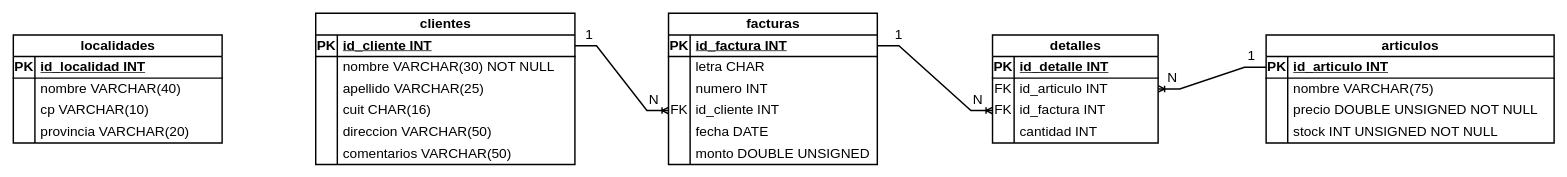
Earlier version of the draw.io diagram diagram/model-er.drawio (khalil-ali-viera-developer-java/proyecto-integrador-sql-digitalers). Source tidied: cells renumbered, new cells numbered last; positions are measured from the earlier drawing's top-left corner, leaving out a move shared by most shapes. Both pictures are drawn from the tidied source at 72%, with x=0, y=0 at pixel (13, 13).
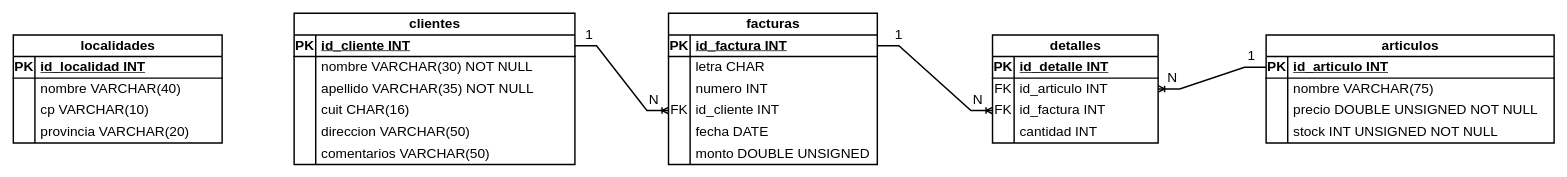
The same page after the edit.

The edit, as a diff of the source:
```diff
@@
     <mxCell id="2" value="clientes" style="shape=table;startSize=30;childLayout=tableLayout;rowLines=0;fontStyle=1;align=center;html=1;fontFamily=JetBrains Mono;fontSize=19;strokeWidth=2;" parent="1" vertex="1">
-      <mxGeometry x="420" width="360" height="210" as="geometry" />
+      <mxGeometry x="390" width="390" height="210" as="geometry" />
     </mxCell>
     <mxCell id="3" style="shape=tableRow;horizontal=0;startSize=0;swimlaneHead=0;swimlaneBody=0;fillColor=none;points=[[0,0.5],[1,0.5]];portConstraint=eastwest;top=0;left=0;right=0;bottom=1;fontFamily=JetBrains Mono;fontSize=19;strokeWidth=2;" parent="2" vertex="1">
-      <mxGeometry y="30" width="360" height="30" as="geometry" />
+      <mxGeometry y="30" width="390" height="30" as="geometry" />
     </mxCell>
@@
     <mxCell id="5" value="id_cliente INT" style="shape=partialRectangle;fillColor=none;top=0;left=0;bottom=0;right=0;align=left;spacingLeft=6;fontStyle=5;overflow=hidden;whiteSpace=wrap;html=1;fontFamily=JetBrains Mono;fontSize=19;strokeWidth=2;" parent="3" vertex="1">
-      <mxGeometry x="30" width="330" height="30" as="geometry" />
+      <mxGeometry x="30" width="360" height="30" as="geometry" />
     </mxCell>
     <mxCell id="6" style="shape=tableRow;horizontal=0;startSize=0;swimlaneHead=0;swimlaneBody=0;fillColor=none;top=0;left=0;right=0;bottom=0;fontFamily=JetBrains Mono;fontSize=19;strokeWidth=2;" parent="2" vertex="1">
-      <mxGeometry y="60" width="360" height="30" as="geometry" />
+      <mxGeometry y="60" width="390" height="30" as="geometry" />
     </mxCell>
@@
     <mxCell id="8" value="nombre VARCHAR(30) NOT NULL" style="shape=partialRectangle;fillColor=none;top=0;left=0;bottom=0;right=0;align=left;spacingLeft=6;overflow=hidden;whiteSpace=wrap;html=1;fontFamily=JetBrains Mono;fontSize=19;strokeWidth=2;" parent="6" vertex="1">
-      <mxGeometry x="30" width="330" height="30" as="geometry" />
+      <mxGeometry x="30" width="360" height="30" as="geometry" />
     </mxCell>
     <mxCell id="9" style="shape=tableRow;horizontal=0;startSize=0;swimlaneHead=0;swimlaneBody=0;fillColor=none;top=0;left=0;right=0;bottom=0;fontFamily=JetBrains Mono;fontSize=19;strokeWidth=2;" parent="2" vertex="1">
-      <mxGeometry y="90" width="360" height="30" as="geometry" />
+      <mxGeometry y="90" width="390" height="30" as="geometry" />
     </mxCell>
@@
-    <mxCell id="11" value="apellido VARCHAR(25)" style="shape=partialRectangle;fillColor=none;top=0;left=0;bottom=0;right=0;align=left;spacingLeft=6;overflow=hidden;whiteSpace=wrap;html=1;fontFamily=JetBrains Mono;fontSize=19;strokeWidth=2;" parent="9" vertex="1">
-      <mxGeometry x="30" width="330" height="30" as="geometry" />
+    <mxCell id="11" value="apellido VARCHAR(35) NOT NULL" style="shape=partialRectangle;fillColor=none;top=0;left=0;bottom=0;right=0;align=left;spacingLeft=6;overflow=hidden;whiteSpace=wrap;html=1;fontFamily=JetBrains Mono;fontSize=19;strokeWidth=2;" parent="9" vertex="1">
+      <mxGeometry x="30" width="360" height="30" as="geometry" />
     </mxCell>
     <mxCell id="12" style="shape=tableRow;horizontal=0;startSize=0;swimlaneHead=0;swimlaneBody=0;fillColor=none;top=0;left=0;right=0;bottom=0;fontFamily=JetBrains Mono;fontSize=19;strokeWidth=2;" parent="2" vertex="1">
-      <mxGeometry y="120" width="360" height="30" as="geometry" />
+      <mxGeometry y="120" width="390" height="30" as="geometry" />
     </mxCell>
@@
     <mxCell id="14" value="cuit CHAR(16)" style="shape=partialRectangle;fillColor=none;top=0;left=0;bottom=0;right=0;align=left;spacingLeft=6;overflow=hidden;whiteSpace=wrap;html=1;fontFamily=JetBrains Mono;fontSize=19;strokeWidth=2;" parent="12" vertex="1">
-      <mxGeometry x="30" width="330" height="30" as="geometry" />
+      <mxGeometry x="30" width="360" height="30" as="geometry" />
     </mxCell>
     <mxCell id="15" style="shape=tableRow;horizontal=0;startSize=0;swimlaneHead=0;swimlaneBody=0;fillColor=none;top=0;left=0;right=0;bottom=0;fontFamily=JetBrains Mono;fontSize=19;strokeWidth=2;" parent="2" vertex="1">
-      <mxGeometry y="150" width="360" height="30" as="geometry" />
+      <mxGeometry y="150" width="390" height="30" as="geometry" />
     </mxCell>
@@
     <mxCell id="17" value="direccion VARCHAR(50)" style="shape=partialRectangle;fillColor=none;top=0;left=0;bottom=0;right=0;align=left;spacingLeft=6;overflow=hidden;whiteSpace=wrap;html=1;fontFamily=JetBrains Mono;fontSize=19;strokeWidth=2;" parent="15" vertex="1">
-      <mxGeometry x="30" width="330" height="30" as="geometry" />
+      <mxGeometry x="30" width="360" height="30" as="geometry" />
     </mxCell>
     <mxCell id="18" style="shape=tableRow;horizontal=0;startSize=0;swimlaneHead=0;swimlaneBody=0;fillColor=none;top=0;left=0;right=0;bottom=0;fontFamily=JetBrains Mono;fontSize=19;strokeWidth=2;" parent="2" vertex="1">
-      <mxGeometry y="180" width="360" height="30" as="geometry" />
+      <mxGeometry y="180" width="390" height="30" as="geometry" />
     </mxCell>
@@
     <mxCell id="20" value="comentarios VARCHAR(50)" style="shape=partialRectangle;fillColor=none;top=0;left=0;bottom=0;right=0;align=left;spacingLeft=6;overflow=hidden;whiteSpace=wrap;html=1;fontFamily=JetBrains Mono;fontSize=19;strokeWidth=2;" parent="18" vertex="1">
-      <mxGeometry x="30" width="330" height="30" as="geometry" />
+      <mxGeometry x="30" width="360" height="30" as="geometry" />
     </mxCell>
```
